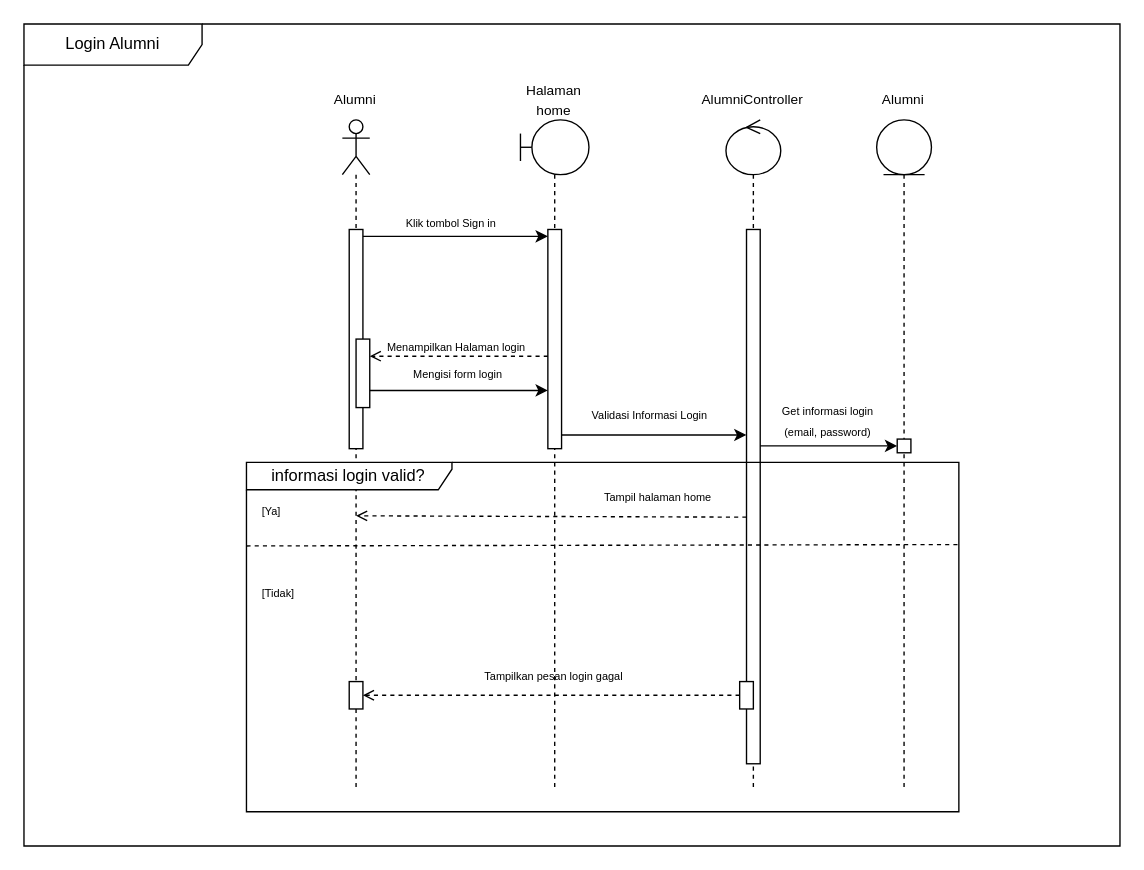
Before: page "Seq D. Login Alumni" (6 of 13) of PBL5.drawio in agungsaraswati/diagram_pbl5, a draw.io diagram. Source tidied: cells renumbered, new cells numbered last; positions are measured from the earlier drawing's top-left corner, leaving out a move shared by most shapes. Both pictures are drawn from the tidied source at 137%, with x=0, y=0 at pixel (23, 23).
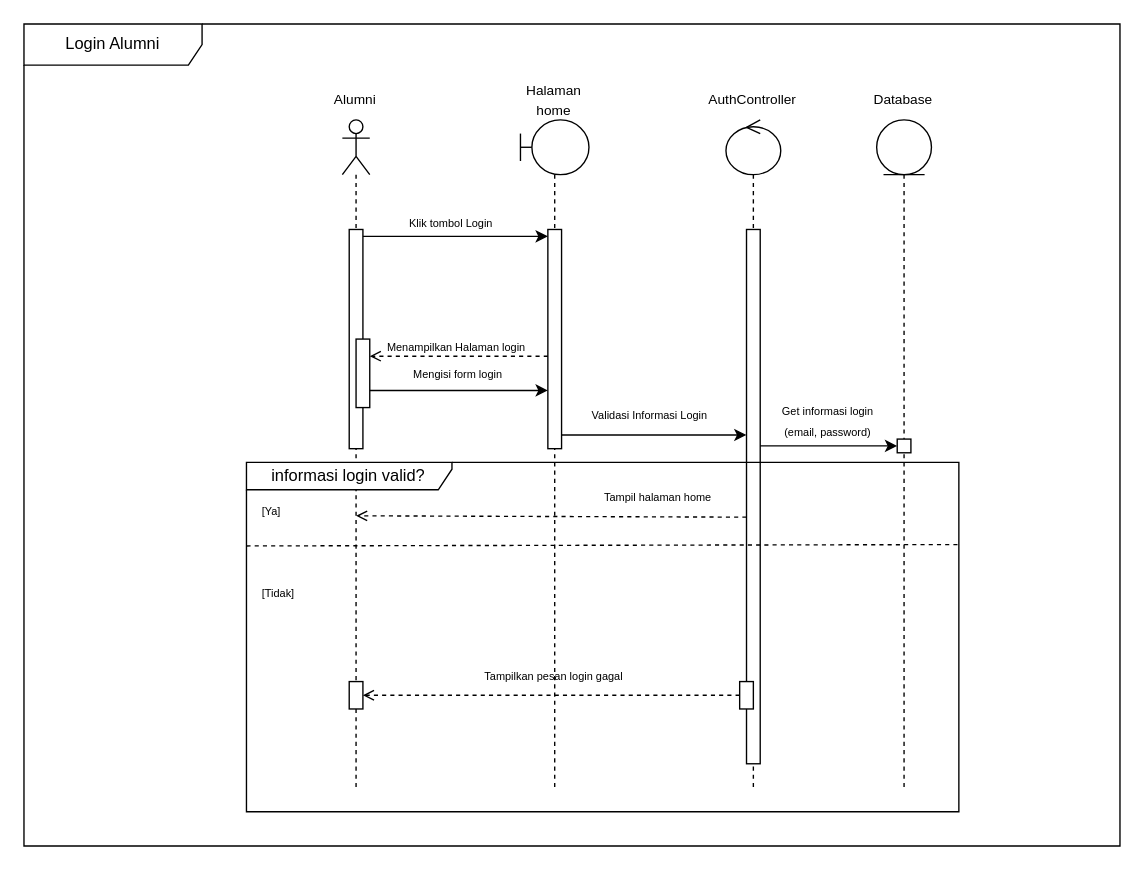
After the change.

The edit, as a diff of the source:
```diff
@@
-    <mxCell id="11" value="&lt;span style=&quot;font-size: 8px;&quot;&gt;Klik tombol Sign in&lt;/span&gt;" style="text;html=1;align=center;verticalAlign=middle;whiteSpace=wrap;rounded=0;fontFamily=Helvetica;fontSize=12;fontColor=default;" parent="1" vertex="1">
+    <mxCell id="11" value="&lt;span style=&quot;font-size: 8px;&quot;&gt;Klik tombol Login&lt;/span&gt;" style="text;html=1;align=center;verticalAlign=middle;whiteSpace=wrap;rounded=0;fontFamily=Helvetica;fontSize=12;fontColor=default;" parent="1" vertex="1">
       <mxGeometry x="272.4" y="130" width="80" height="30" as="geometry" />
     </mxCell>
@@
-    <mxCell id="16" value="&lt;font size=&quot;1&quot;&gt;AlumniController&lt;/font&gt;" style="text;html=1;align=center;verticalAlign=middle;whiteSpace=wrap;rounded=0;" parent="1" vertex="1">
+    <mxCell id="16" value="&lt;font size=&quot;1&quot;&gt;AuthController&lt;/font&gt;" style="text;html=1;align=center;verticalAlign=middle;whiteSpace=wrap;rounded=0;" parent="1" vertex="1">
       <mxGeometry x="492.4" y="40" width="80" height="30" as="geometry" />
     </mxCell>
@@
-    <mxCell id="22" value="&lt;font size=&quot;1&quot;&gt;Alumni&lt;/font&gt;" style="text;html=1;align=center;verticalAlign=middle;whiteSpace=wrap;rounded=0;" parent="1" vertex="1">
+    <mxCell id="22" value="&lt;font size=&quot;1&quot;&gt;Database&lt;/font&gt;" style="text;html=1;align=center;verticalAlign=middle;whiteSpace=wrap;rounded=0;" parent="1" vertex="1">
       <mxGeometry x="612.4" y="40" width="60" height="30" as="geometry" />
     </mxCell>
```
